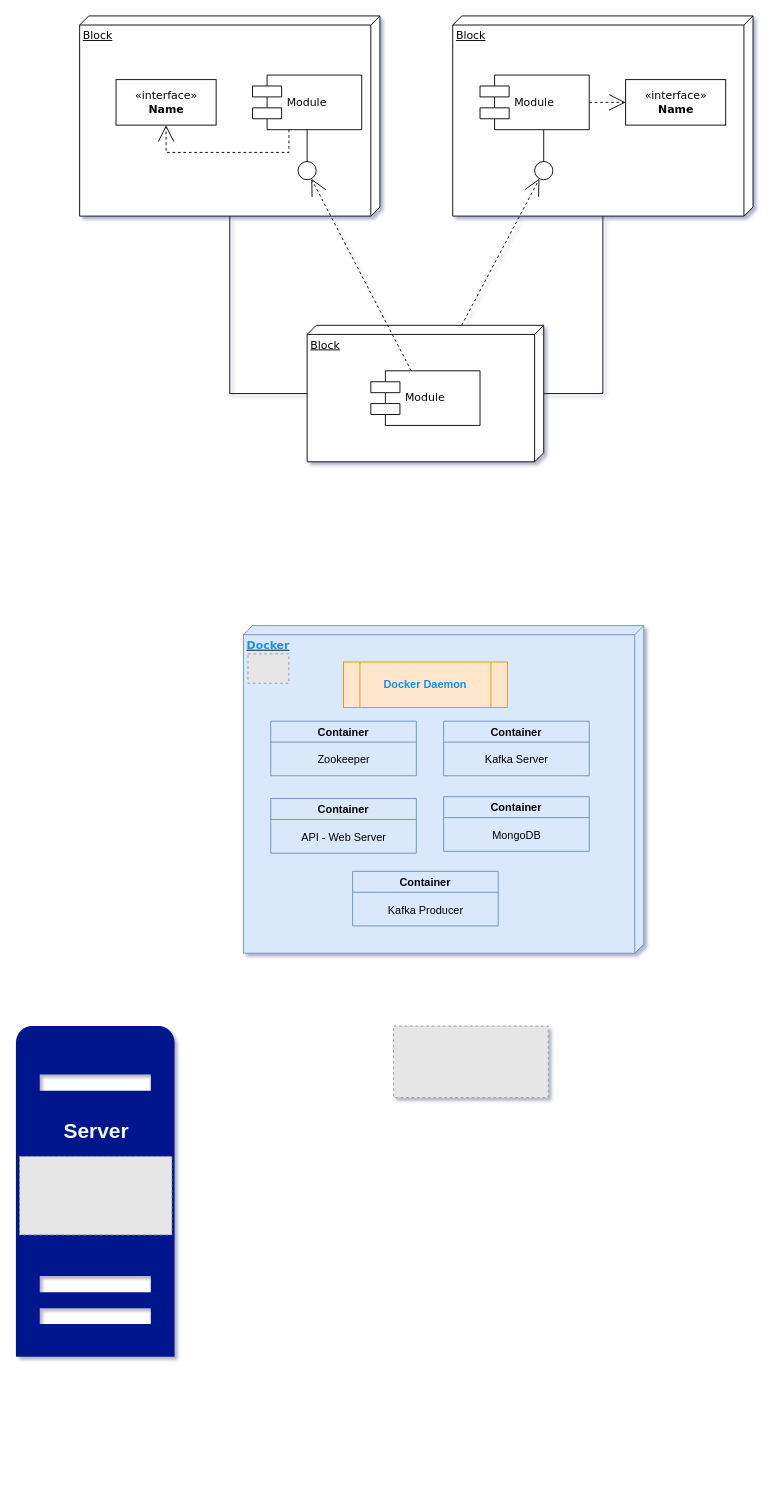
This is component.drawio from chmaikos/CoperDBAPI_v1, a draw.io file, before an edit. Source tidied: cells renumbered, new cells numbered last; positions are measured from the earlier drawing's top-left corner, leaving out a move shared by most shapes. Both pictures are drawn from the tidied source at 91%, with x=0, y=0 at pixel (15, 15). Pictures stored in the file or linked from it are replaced by grey dashed boxes.
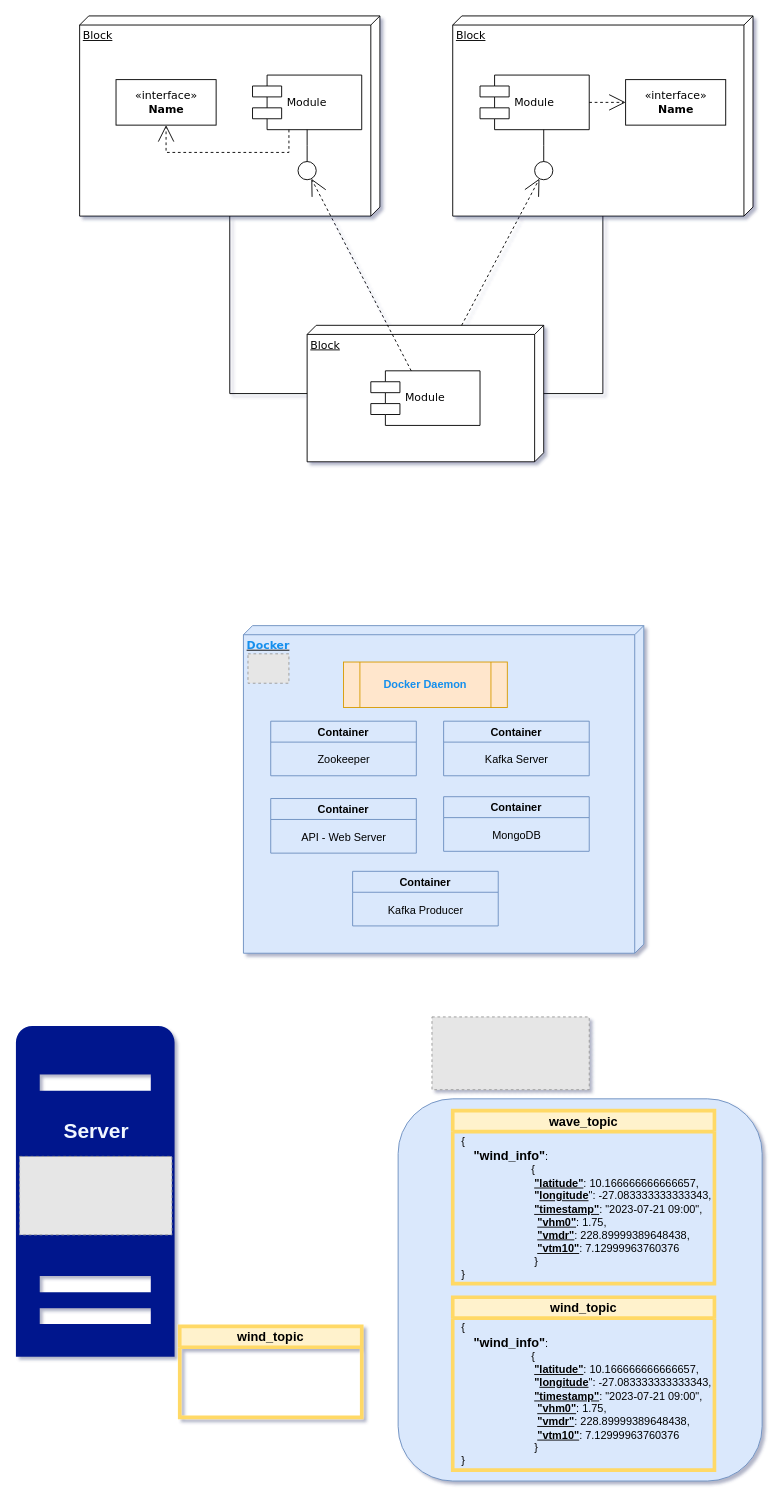
The same page after the edit.

What changed in the source:
```diff
@@
     <mxCell id="36" style="fillColor=#E6E6E6;strokeColor=#999999;dashed=1;verticalLabelPosition=bottom;verticalAlign=top;fontColor=#FF0000;" parent="1" vertex="1">
-      <mxGeometry x="415" y="1110" width="170" height="78.7" as="geometry" />
+      <mxGeometry x="457.2" y="1100" width="172.8" height="80" as="geometry" />
     </mxCell>
+    <mxCell id="37" style="rounded=1;whiteSpace=wrap;html=1;fillColor=#dae8fc;strokeColor=#6c8ebf;" parent="1" vertex="1">
+      <mxGeometry x="420" y="1190" width="400" height="420" as="geometry" />
+    </mxCell>
+    <mxCell id="38" value="&lt;font style=&quot;font-size: 14px;&quot;&gt;wave_topic&lt;/font&gt;" style="swimlane;whiteSpace=wrap;html=1;fillColor=#fff2cc;strokeColor=#FFD966;strokeWidth=4;" parent="1" vertex="1">
+      <mxGeometry x="480" y="1203" width="287.6" height="190" as="geometry" />
+    </mxCell>
+    <mxCell id="39" value="&lt;font style=&quot;font-size: 14px;&quot;&gt;wind_topic&lt;/font&gt;" style="swimlane;whiteSpace=wrap;html=1;fillColor=#fff2cc;strokeColor=#FFD966;strokeWidth=4;" parent="1" vertex="1">
+      <mxGeometry x="180" y="1440" width="200" height="100" as="geometry" />
+    </mxCell>
+    <mxCell id="40" value="{&lt;br&gt;&lt;div style=&quot;&quot;&gt;&lt;font style=&quot;&quot;&gt;&amp;nbsp; &amp;nbsp;&amp;nbsp;&lt;/font&gt;&lt;font style=&quot;font-weight: bold; font-size: 14px;&quot;&gt;&quot;wind_info&quot;&lt;/font&gt;:&lt;/div&gt;&lt;div style=&quot;&quot;&gt;&lt;span style=&quot;background-color: initial;&quot;&gt;&amp;nbsp; &amp;nbsp; &amp;nbsp; &amp;nbsp; &amp;nbsp; &amp;nbsp; &amp;nbsp; &amp;nbsp; &amp;nbsp; &amp;nbsp; &amp;nbsp; &amp;nbsp;{&lt;/span&gt;&lt;/div&gt;&lt;blockquote style=&quot;margin: 0 0 0 40px; border: none; padding: 0px;&quot;&gt;&lt;blockquote style=&quot;margin: 0 0 0 40px; border: none; padding: 0px;&quot;&gt;&lt;div&gt;&lt;b&gt;&lt;u&gt;&quot;latitude&quot;&lt;/u&gt;&lt;/b&gt;: 10.166666666666657,&lt;/div&gt;&lt;/blockquote&gt;&lt;blockquote style=&quot;margin: 0 0 0 40px; border: none; padding: 0px;&quot;&gt;&lt;div&gt;&lt;b&gt;&quot;&lt;u&gt;longitude&lt;/u&gt;&lt;/b&gt;&quot;: -27.083333333333343,&lt;/div&gt;&lt;/blockquote&gt;&lt;blockquote style=&quot;margin: 0 0 0 40px; border: none; padding: 0px;&quot;&gt;&lt;div&gt;&lt;b&gt;&lt;u&gt;&quot;timestamp&quot;&lt;/u&gt;&lt;/b&gt;: &quot;2023-07-21 09:00&quot;,&lt;/div&gt;&lt;/blockquote&gt;&lt;blockquote style=&quot;margin: 0 0 0 40px; border: none; padding: 0px;&quot;&gt;&lt;div&gt;&amp;nbsp;&lt;b&gt;&lt;u&gt;&quot;vhm0&quot;&lt;/u&gt;&lt;/b&gt;: 1.75,&lt;/div&gt;&lt;/blockquote&gt;&lt;blockquote style=&quot;margin: 0 0 0 40px; border: none; padding: 0px;&quot;&gt;&lt;div&gt;&amp;nbsp;&lt;b&gt;&lt;u&gt;&quot;vmdr&quot;&lt;/u&gt;&lt;/b&gt;: 228.89999389648438,&lt;/div&gt;&lt;/blockquote&gt;&lt;blockquote style=&quot;margin: 0 0 0 40px; border: none; padding: 0px;&quot;&gt;&lt;div&gt;&amp;nbsp;&lt;b&gt;&lt;u&gt;&quot;vtm10&quot;&lt;/u&gt;&lt;/b&gt;: 7.12999963760376&lt;/div&gt;&lt;div&gt;}&lt;/div&gt;&lt;/blockquote&gt;&lt;/blockquote&gt;&lt;div&gt;}&lt;/div&gt;" style="text;html=1;align=left;verticalAlign=middle;strokeColor=none;fillColor=none;" parent="1" vertex="1">
+      <mxGeometry x="487.6" y="1225.4" width="300" height="170" as="geometry" />
+    </mxCell>
+    <mxCell id="41" value="&lt;font style=&quot;font-size: 14px;&quot;&gt;wind_topic&lt;/font&gt;" style="swimlane;whiteSpace=wrap;html=1;fillColor=#fff2cc;strokeColor=#FFD966;strokeWidth=4;" parent="1" vertex="1">
+      <mxGeometry x="480" y="1408" width="287.6" height="190" as="geometry" />
+    </mxCell>
+    <mxCell id="42" value="{&lt;br&gt;&lt;div style=&quot;&quot;&gt;&lt;font style=&quot;&quot;&gt;&amp;nbsp; &amp;nbsp;&amp;nbsp;&lt;/font&gt;&lt;font style=&quot;font-weight: bold; font-size: 14px;&quot;&gt;&quot;wind_info&quot;&lt;/font&gt;:&lt;/div&gt;&lt;div style=&quot;&quot;&gt;&lt;span style=&quot;background-color: initial;&quot;&gt;&amp;nbsp; &amp;nbsp; &amp;nbsp; &amp;nbsp; &amp;nbsp; &amp;nbsp; &amp;nbsp; &amp;nbsp; &amp;nbsp; &amp;nbsp; &amp;nbsp; &amp;nbsp;{&lt;/span&gt;&lt;/div&gt;&lt;blockquote style=&quot;margin: 0 0 0 40px; border: none; padding: 0px;&quot;&gt;&lt;blockquote style=&quot;margin: 0 0 0 40px; border: none; padding: 0px;&quot;&gt;&lt;div&gt;&lt;b&gt;&lt;u&gt;&quot;latitude&quot;&lt;/u&gt;&lt;/b&gt;: 10.166666666666657,&lt;/div&gt;&lt;/blockquote&gt;&lt;blockquote style=&quot;margin: 0 0 0 40px; border: none; padding: 0px;&quot;&gt;&lt;div&gt;&lt;b&gt;&quot;&lt;u&gt;longitude&lt;/u&gt;&lt;/b&gt;&quot;: -27.083333333333343,&lt;/div&gt;&lt;/blockquote&gt;&lt;blockquote style=&quot;margin: 0 0 0 40px; border: none; padding: 0px;&quot;&gt;&lt;div&gt;&lt;b&gt;&lt;u&gt;&quot;timestamp&quot;&lt;/u&gt;&lt;/b&gt;: &quot;2023-07-21 09:00&quot;,&lt;/div&gt;&lt;/blockquote&gt;&lt;blockquote style=&quot;margin: 0 0 0 40px; border: none; padding: 0px;&quot;&gt;&lt;div&gt;&amp;nbsp;&lt;b&gt;&lt;u&gt;&quot;vhm0&quot;&lt;/u&gt;&lt;/b&gt;: 1.75,&lt;/div&gt;&lt;/blockquote&gt;&lt;blockquote style=&quot;margin: 0 0 0 40px; border: none; padding: 0px;&quot;&gt;&lt;div&gt;&amp;nbsp;&lt;b&gt;&lt;u&gt;&quot;vmdr&quot;&lt;/u&gt;&lt;/b&gt;: 228.89999389648438,&lt;/div&gt;&lt;/blockquote&gt;&lt;blockquote style=&quot;margin: 0 0 0 40px; border: none; padding: 0px;&quot;&gt;&lt;div&gt;&amp;nbsp;&lt;b&gt;&lt;u&gt;&quot;vtm10&quot;&lt;/u&gt;&lt;/b&gt;: 7.12999963760376&lt;/div&gt;&lt;div&gt;}&lt;/div&gt;&lt;/blockquote&gt;&lt;/blockquote&gt;&lt;div&gt;}&lt;/div&gt;" style="text;html=1;align=left;verticalAlign=middle;strokeColor=none;fillColor=none;" parent="1" vertex="1">
+      <mxGeometry x="487.6" y="1430.4" width="300" height="170" as="geometry" />
+    </mxCell>
```
